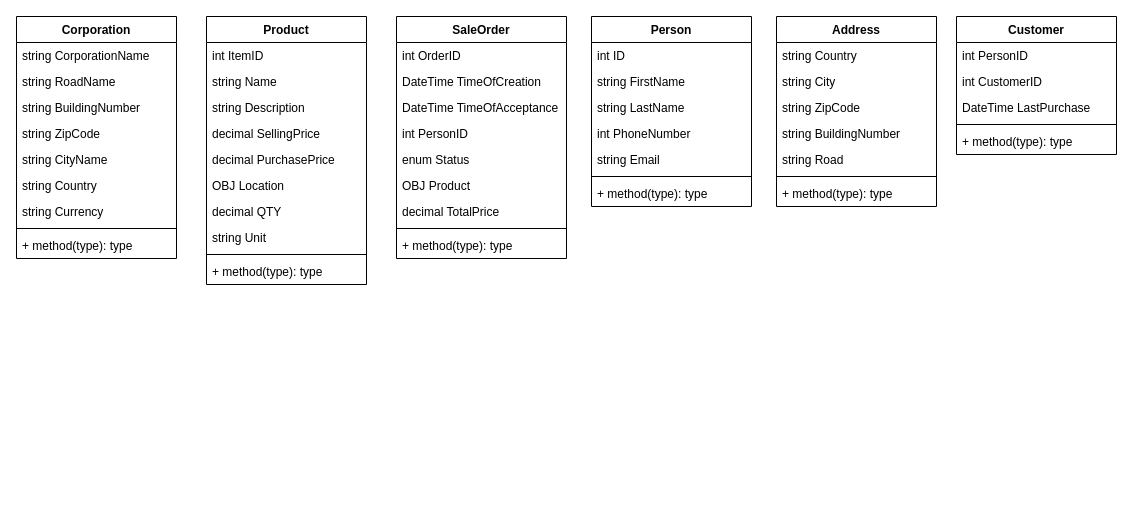
Above: docs/ERPRO(ClasseDiagarm) copy.drawio in jimdenseje/ERPRO (draw.io), before the change. Source tidied: cells renumbered, new cells numbered last; positions are measured from the earlier drawing's top-left corner, leaving out a move shared by most shapes. Both pictures are drawn from the tidied source at 100%, with x=0, y=0 at pixel (16, 16).
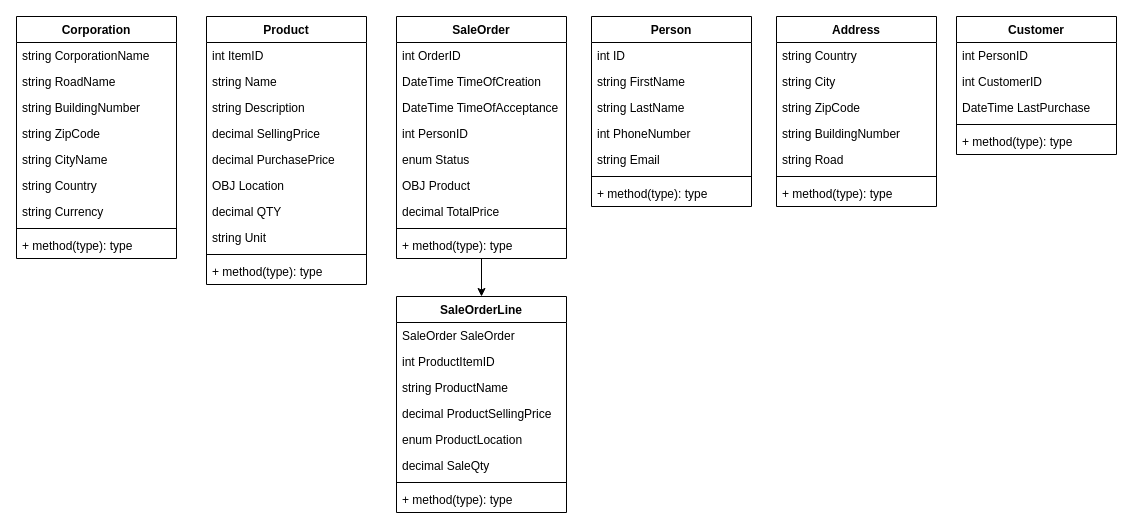
Above is the later version.

Commit message:
TRN - Worbranch to Master

Unchanged cells that the change refers to:
```xml
<mxCell id="8" value="SaleOrder" style="swimlane;fontStyle=1;align=center;verticalAlign=top;horizontal=1;startSize=26;" parent="1" vertex="1">
  <mxGeometry x="380" width="170" height="242" as="geometry" />
</mxCell>
```

Change to the diagram source:
```diff
@@
+    <mxCell id="55" style="edgeStyle=none;html=1;" parent="1" edge="1" source="8" target="56">
+      <mxGeometry relative="1" as="geometry" />
+    </mxCell>
@@
+    <mxCell id="56" value="SaleOrderLine" style="swimlane;fontStyle=1;align=center;verticalAlign=top;horizontal=1;startSize=26;" parent="1" vertex="1">
+      <mxGeometry x="380" y="280" width="170" height="216" as="geometry" />
+    </mxCell>
+    <mxCell id="57" value="SaleOrder SaleOrder" style="text;strokeColor=none;fillColor=none;align=left;verticalAlign=top;spacingLeft=4;spacingRight=4;overflow=hidden;" parent="56" vertex="1">
+      <mxGeometry y="26" width="170" height="26" as="geometry" />
+    </mxCell>
+    <mxCell id="58" value="int ProductItemID" style="text;strokeColor=none;fillColor=none;align=left;verticalAlign=top;spacingLeft=4;spacingRight=4;overflow=hidden;" parent="56" vertex="1">
+      <mxGeometry y="52" width="170" height="26" as="geometry" />
+    </mxCell>
+    <mxCell id="59" value="string ProductName" style="text;strokeColor=none;fillColor=none;align=left;verticalAlign=top;spacingLeft=4;spacingRight=4;overflow=hidden;" parent="56" vertex="1">
+      <mxGeometry y="78" width="170" height="26" as="geometry" />
+    </mxCell>
+    <mxCell id="60" value="decimal ProductSellingPrice" style="text;strokeColor=none;fillColor=none;align=left;verticalAlign=top;spacingLeft=4;spacingRight=4;overflow=hidden;" parent="56" vertex="1">
+      <mxGeometry y="104" width="170" height="26" as="geometry" />
+    </mxCell>
+    <mxCell id="61" value="enum ProductLocation" style="text;strokeColor=none;fillColor=none;align=left;verticalAlign=top;spacingLeft=4;spacingRight=4;overflow=hidden;" parent="56" vertex="1">
+      <mxGeometry y="130" width="170" height="26" as="geometry" />
+    </mxCell>
+    <mxCell id="62" value="decimal SaleQty&#10;" style="text;strokeColor=none;fillColor=none;align=left;verticalAlign=top;spacingLeft=4;spacingRight=4;overflow=hidden;" parent="56" vertex="1">
+      <mxGeometry y="156" width="170" height="26" as="geometry" />
+    </mxCell>
+    <mxCell id="63" style="line;strokeWidth=1;fillColor=none;align=left;verticalAlign=middle;spacingTop=-1;spacingLeft=3;spacingRight=3;labelPosition=right;" parent="56" vertex="1">
+      <mxGeometry y="182" width="170" height="8" as="geometry" />
+    </mxCell>
+    <mxCell id="64" value="+ method(type): type" style="text;strokeColor=none;fillColor=none;align=left;verticalAlign=top;spacingLeft=4;spacingRight=4;overflow=hidden;" parent="56" vertex="1">
+      <mxGeometry y="190" width="170" height="26" as="geometry" />
+    </mxCell>
```
